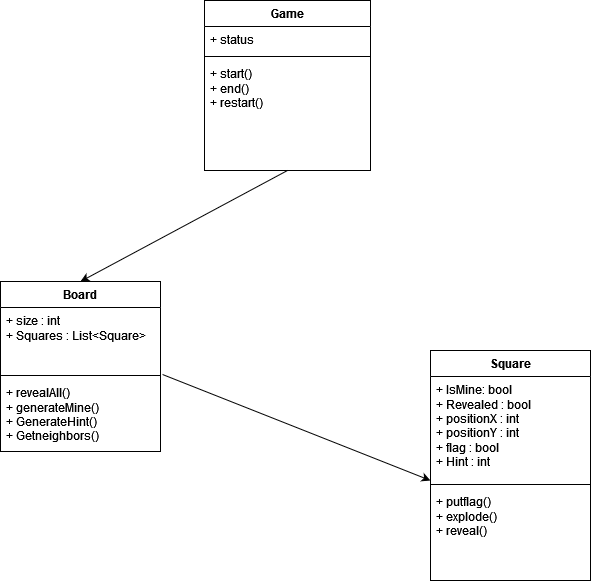
The draw.io diagram Diagramme_de_classes.drawio.png in Amauryblo/Demineur, before a commit. Source tidied: cells renumbered, new cells last; positions are measured from the earlier drawing's top-left corner, leaving out a move shared by most shapes.
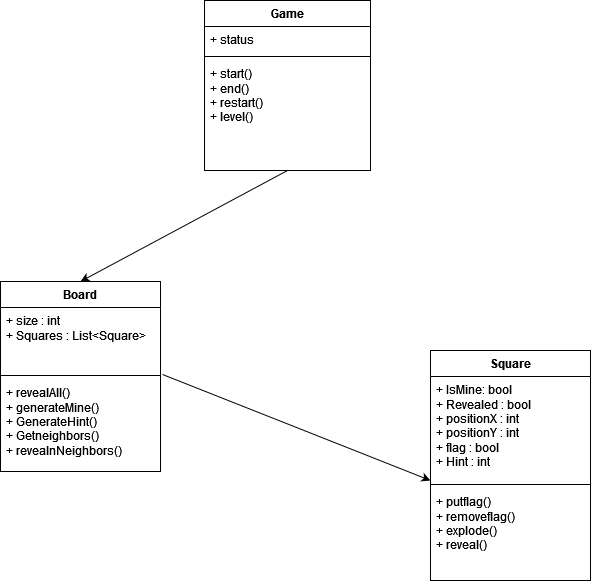
The same diagram one commit later.

Commit message:
Mettre à jour Diagramme_de_classes.drawio.png

Diff of the diagram source:
```diff
@@ -11,11 +11,11 @@
     <mxCell id="4" style="line;strokeWidth=1;fillColor=none;align=left;verticalAlign=middle;spacingTop=-1;spacingLeft=3;spacingRight=3;labelPosition=right;strokeColor=inherit;" parent="2" vertex="1">
       <mxGeometry y="130" width="160" height="8" as="geometry" />
     </mxCell>
-    <mxCell id="5" value="&lt;div&gt;+ putflag() &lt;br&gt;&lt;/div&gt;&lt;div&gt;+ explode()&lt;/div&gt;&lt;div&gt;+ reveal()&lt;br&gt;&lt;/div&gt;" style="text;strokeColor=none;fillColor=none;align=left;verticalAlign=top;spacingLeft=4;spacingRight=4;overflow=hidden;whiteSpace=wrap;html=1;" parent="2" vertex="1">
+    <mxCell id="5" value="&lt;div&gt;+ putflag()&lt;/div&gt;&lt;div&gt;+ removeflag() &lt;br&gt;&lt;/div&gt;&lt;div&gt;+ explode()&lt;/div&gt;&lt;div&gt;+ reveal()&lt;br&gt;&lt;/div&gt;" style="text;strokeColor=none;fillColor=none;align=left;verticalAlign=top;spacingLeft=4;spacingRight=4;overflow=hidden;whiteSpace=wrap;html=1;" parent="2" vertex="1">
       <mxGeometry y="138" width="160" height="92" as="geometry" />
     </mxCell>
     <mxCell id="6" value="Board" style="swimlane;fontStyle=1;align=center;verticalAlign=top;horizontal=1;startSize=26;whiteSpace=wrap;html=1;" parent="1" vertex="1">
-      <mxGeometry y="281" width="160" height="170" as="geometry" />
+      <mxGeometry y="281" width="160" height="190" as="geometry" />
     </mxCell>
     <mxCell id="7" value="&lt;div&gt;+ size : int&lt;/div&gt;&lt;div&gt;+ Squares : List&amp;lt;Square&amp;gt;&lt;br&gt;&lt;/div&gt;&lt;div&gt;&lt;br&gt;&lt;/div&gt;" style="text;strokeColor=none;fillColor=none;align=left;verticalAlign=top;spacingLeft=4;spacingRight=4;overflow=hidden;points=[[0,0.5],[1,0.5]];portConstraint=eastwest;whiteSpace=wrap;html=1;" parent="6" vertex="1">
       <mxGeometry y="26" width="160" height="64" as="geometry" />
@@ -23,8 +23,8 @@
     <mxCell id="8" style="line;strokeWidth=1;fillColor=none;align=left;verticalAlign=middle;spacingTop=-1;spacingLeft=3;spacingRight=3;labelPosition=right;strokeColor=inherit;" parent="6" vertex="1">
       <mxGeometry y="90" width="160" height="8" as="geometry" />
     </mxCell>
-    <mxCell id="9" value="&lt;div&gt;+ revealAll()&lt;/div&gt;&lt;div&gt;+ generateMine()&lt;/div&gt;&lt;div&gt;+ GenerateHint()&lt;/div&gt;&lt;div&gt;+ Getneighbors()&lt;br&gt;&lt;/div&gt;" style="text;strokeColor=none;fillColor=none;align=left;verticalAlign=top;spacingLeft=4;spacingRight=4;overflow=hidden;whiteSpace=wrap;html=1;" parent="6" vertex="1">
-      <mxGeometry y="98" width="160" height="72" as="geometry" />
+    <mxCell id="9" value="&lt;div&gt;+ revealAll()&lt;/div&gt;&lt;div&gt;+ generateMine()&lt;/div&gt;&lt;div&gt;+ GenerateHint()&lt;/div&gt;&lt;div&gt;+ Getneighbors()&lt;/div&gt;&lt;div&gt;+ revealnNeighbors()&lt;br&gt;&lt;/div&gt;" style="text;strokeColor=none;fillColor=none;align=left;verticalAlign=top;spacingLeft=4;spacingRight=4;overflow=hidden;whiteSpace=wrap;html=1;" parent="6" vertex="1">
+      <mxGeometry y="98" width="160" height="92" as="geometry" />
     </mxCell>
     <mxCell id="10" value="Game" style="swimlane;fontStyle=1;align=center;verticalAlign=top;horizontal=1;startSize=26;whiteSpace=wrap;html=1;" parent="1" vertex="1">
       <mxGeometry x="204" width="166" height="170" as="geometry" />
@@ -35,7 +35,7 @@
     <mxCell id="12" style="line;strokeWidth=1;fillColor=none;align=left;verticalAlign=middle;spacingTop=-1;spacingLeft=3;spacingRight=3;labelPosition=right;strokeColor=inherit;" parent="10" vertex="1">
       <mxGeometry y="52" width="166" height="8" as="geometry" />
     </mxCell>
-    <mxCell id="13" value="&lt;div&gt;+ start()&lt;/div&gt;&lt;div&gt;+ end()&lt;/div&gt;&lt;div&gt;+ restart()&lt;br&gt;&lt;/div&gt;" style="text;strokeColor=none;fillColor=none;align=left;verticalAlign=top;spacingLeft=4;spacingRight=4;overflow=hidden;whiteSpace=wrap;html=1;" parent="10" vertex="1">
+    <mxCell id="13" value="&lt;div&gt;+ start()&lt;/div&gt;&lt;div&gt;+ end()&lt;/div&gt;&lt;div&gt;+ restart()&lt;/div&gt;&lt;div&gt;+ level()&lt;br&gt;&lt;/div&gt;" style="text;strokeColor=none;fillColor=none;align=left;verticalAlign=top;spacingLeft=4;spacingRight=4;overflow=hidden;whiteSpace=wrap;html=1;" parent="10" vertex="1">
       <mxGeometry y="60" width="166" height="110" as="geometry" />
     </mxCell>
     <mxCell id="14" style="endArrow=classic;html=1;rounded=0;exitX=0.5;exitY=1;exitDx=0;exitDy=0;entryX=0.5;entryY=0;entryDx=0;entryDy=0;" parent="1" edge="1" source="10" target="6">
```
